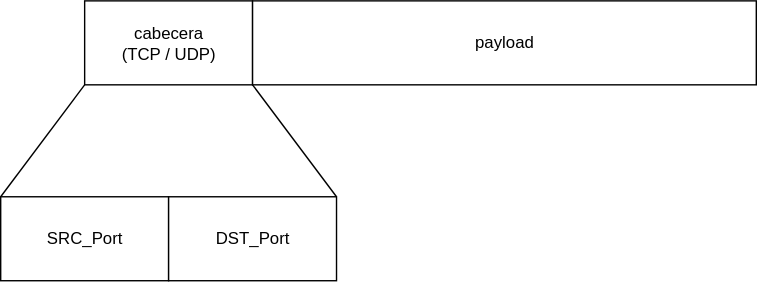
FJrodafo/University keeps this draw.io diagram as DAW/DPL/T01/Assets/Diagrams/Exported/Segmento_-_Datagrama_de_Usuario.drawio.svg. Above is the earlier version. Source tidied: cells renumbered, new cells last; positions are measured from the earlier drawing's top-left corner, leaving out a move shared by most shapes.
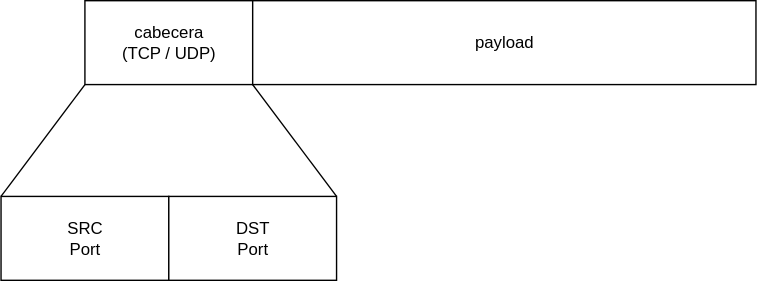
Later version of the same file.

Commit message:
Fix Datagrama IP from DAW/DPL/T01

Diff of the diagram source:
```diff
@@ -2,26 +2,26 @@
   <root>
     <mxCell id="0" />
     <mxCell id="1" parent="0" />
-    <mxCell id="2" style="group;" parent="1" vertex="1">
-      <mxGeometry width="540" height="200" as="geometry" />
-    </mxCell>
-    <mxCell id="3" style="edgeStyle=none;curved=1;rounded=0;jettySize=auto;html=1;exitX=1;exitY=1;exitDx=0;exitDy=0;fontSize=12;startSize=8;endSize=8;entryX=1;entryY=0;entryDx=0;entryDy=0;endArrow=none;endFill=0;" parent="2" edge="1" source="5" target="8">
-      <mxGeometry relative="1" as="geometry" />
-    </mxCell>
-    <mxCell id="4" style="edgeStyle=none;curved=1;rounded=0;jettySize=auto;html=1;exitX=0;exitY=1;exitDx=0;exitDy=0;entryX=0;entryY=0;entryDx=0;entryDy=0;fontSize=12;startSize=8;endSize=8;endArrow=none;endFill=0;" parent="2" edge="1" source="5" target="7">
-      <mxGeometry relative="1" as="geometry" />
-    </mxCell>
+    <mxCell id="9" style="group;" parent="1" vertex="1">
+      <mxGeometry y="-1" width="540" height="200" as="geometry" />
+    </mxCell>
+    <mxCell id="10" style="edgeStyle=none;curved=1;rounded=0;jettySize=auto;html=1;exitX=1;exitY=1;exitDx=0;exitDy=0;fontSize=12;startSize=8;endSize=8;entryX=1;entryY=0;entryDx=0;entryDy=0;endArrow=none;endFill=0;" parent="9" edge="1" source="5" target="13">
+      <mxGeometry relative="1" as="geometry" />
+    </mxCell>
+    <mxCell id="11" style="edgeStyle=none;curved=1;rounded=0;jettySize=auto;html=1;exitX=0;exitY=1;exitDx=0;exitDy=0;entryX=0;entryY=0;entryDx=0;entryDy=0;fontSize=12;startSize=8;endSize=8;endArrow=none;endFill=0;" parent="9" edge="1" source="5" target="12">
+      <mxGeometry relative="1" as="geometry" />
+    </mxCell>
-    <mxCell id="5" value="&lt;div&gt;cabecera&lt;/div&gt;&lt;div&gt;(TCP / UDP)&lt;/div&gt;" style="rounded=0;whiteSpace=wrap;html=1;" parent="2" vertex="1">
+    <mxCell id="5" value="&lt;div&gt;cabecera&lt;/div&gt;&lt;div&gt;(TCP / UDP)&lt;/div&gt;" style="rounded=0;whiteSpace=wrap;html=1;" parent="9" vertex="1">
       <mxGeometry x="60" width="120" height="60" as="geometry" />
     </mxCell>
-    <mxCell id="6" value="payload" style="rounded=0;whiteSpace=wrap;html=1;fontColor=light-dark(#000000,#FFFF00);" parent="2" vertex="1">
+    <mxCell id="6" value="payload" style="rounded=0;whiteSpace=wrap;html=1;fontColor=light-dark(#000000,#FFFF00);" parent="9" vertex="1">
       <mxGeometry x="180" width="360" height="60" as="geometry" />
     </mxCell>
-    <mxCell id="7" value="SRC_Port" style="rounded=0;whiteSpace=wrap;html=1;fontColor=light-dark(#000000,#00FFFF);" parent="2" vertex="1">
-      <mxGeometry y="140" width="120" height="60" as="geometry" />
-    </mxCell>
-    <mxCell id="8" value="DST_Port" style="rounded=0;whiteSpace=wrap;html=1;fontColor=light-dark(#000000,#FF00FF);" parent="2" vertex="1">
-      <mxGeometry x="120" y="140" width="120" height="60" as="geometry" />
-    </mxCell>
+    <mxCell id="12" value="&lt;div&gt;SRC&lt;/div&gt;&lt;div&gt;Port&lt;/div&gt;" style="rounded=0;whiteSpace=wrap;html=1;fontColor=light-dark(#000000,#00FFFF);" parent="9" vertex="1">
+      <mxGeometry y="140" width="120" height="60" as="geometry" />
+    </mxCell>
+    <mxCell id="13" value="&lt;div&gt;DST&lt;/div&gt;&lt;div&gt;Port&lt;/div&gt;" style="rounded=0;whiteSpace=wrap;html=1;fontColor=light-dark(#000000,#FF00FF);" parent="9" vertex="1">
+      <mxGeometry x="120" y="140" width="120" height="60" as="geometry" />
+    </mxCell>
   </root>
 </mxGraphModel>
```
